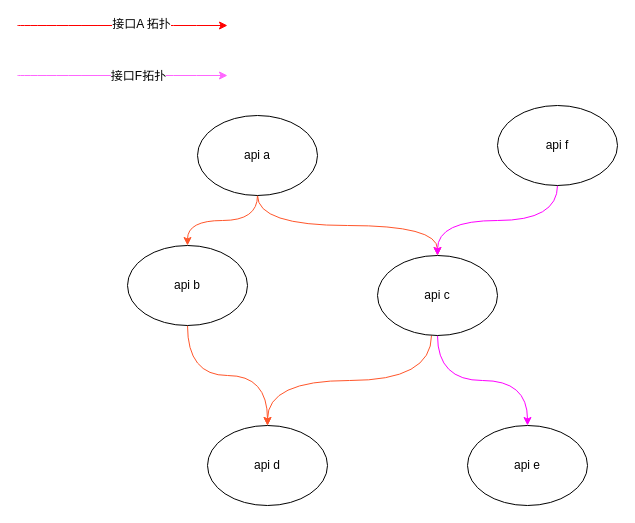
Before: 接口交叉拓扑.drawio in biuboombiuboom/mydrawio, a draw.io diagram. Source tidied: cells renumbered, new cells numbered last; positions are measured from the earlier drawing's top-left corner, leaving out a move shared by most shapes. Both pictures are drawn from the tidied source at 100%, with x=0, y=0 at pixel (17, 25).
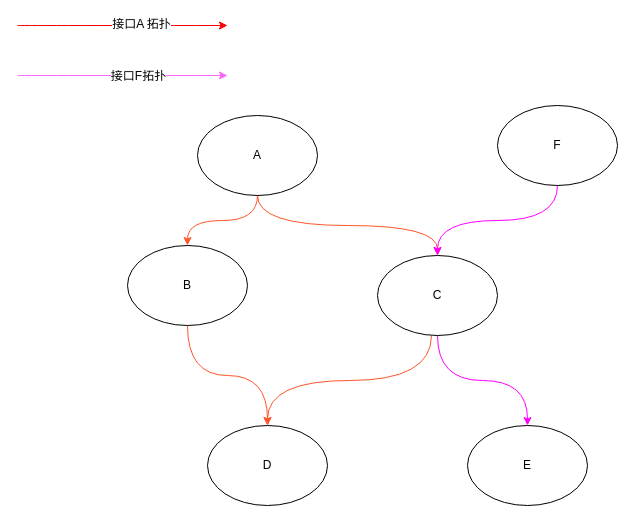
The same diagram, later.

Commit message:
更新接口交叉拓扑.drawio

Change to the diagram source:
```diff
@@
-    <mxCell id="4" value="api a" style="ellipse;whiteSpace=wrap;html=1;" parent="1" vertex="1">
+    <mxCell id="4" value="A" style="ellipse;whiteSpace=wrap;html=1;" parent="1" vertex="1">
       <mxGeometry x="180" y="90" width="120" height="80" as="geometry" />
     </mxCell>
@@
-    <mxCell id="6" value="api b" style="ellipse;whiteSpace=wrap;html=1;" parent="1" vertex="1">
+    <mxCell id="6" value="B" style="ellipse;whiteSpace=wrap;html=1;" parent="1" vertex="1">
       <mxGeometry x="110" y="220" width="120" height="80" as="geometry" />
     </mxCell>
@@
-    <mxCell id="9" value="api c" style="ellipse;whiteSpace=wrap;html=1;" parent="1" vertex="1">
+    <mxCell id="9" value="C" style="ellipse;whiteSpace=wrap;html=1;" parent="1" vertex="1">
       <mxGeometry x="360" y="230" width="120" height="80" as="geometry" />
     </mxCell>
-    <mxCell id="10" value="api d" style="ellipse;whiteSpace=wrap;html=1;" parent="1" vertex="1">
+    <mxCell id="10" value="D" style="ellipse;whiteSpace=wrap;html=1;" parent="1" vertex="1">
       <mxGeometry x="190" y="400" width="120" height="80" as="geometry" />
     </mxCell>
@@
-    <mxCell id="12" value="api f" style="ellipse;whiteSpace=wrap;html=1;" parent="1" vertex="1">
+    <mxCell id="12" value="F" style="ellipse;whiteSpace=wrap;html=1;" parent="1" vertex="1">
       <mxGeometry x="480" y="80" width="120" height="80" as="geometry" />
     </mxCell>
-    <mxCell id="13" value="api e" style="ellipse;whiteSpace=wrap;html=1;" parent="1" vertex="1">
+    <mxCell id="13" value="E" style="ellipse;whiteSpace=wrap;html=1;" parent="1" vertex="1">
       <mxGeometry x="450" y="400" width="120" height="80" as="geometry" />
     </mxCell>
```
